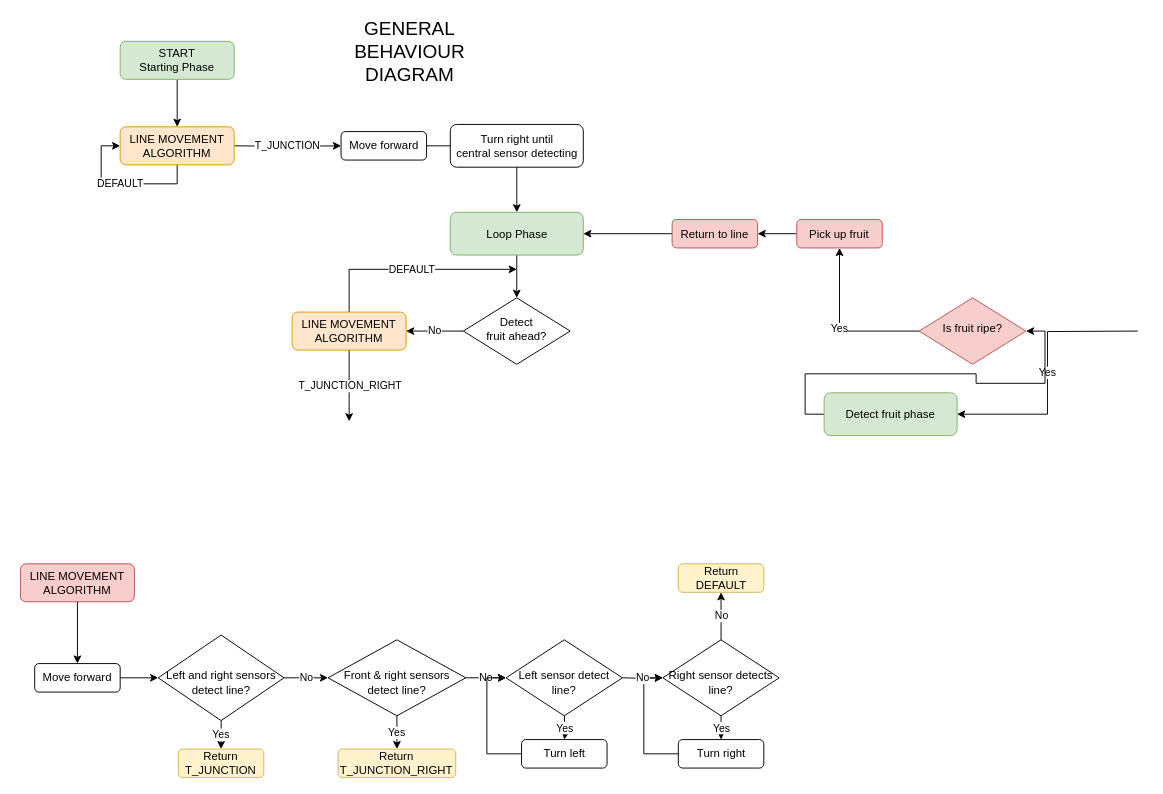
This is Untitled Diagram.drawio from Hamezii/fruit-picking-robot, a draw.io file, before an edit. Source tidied: cells renumbered, new cells numbered last; positions are measured from the earlier drawing's top-left corner, leaving out a move shared by most shapes. Both pictures are drawn from the tidied source at 95%, with x=0, y=0 at pixel (20, 41).
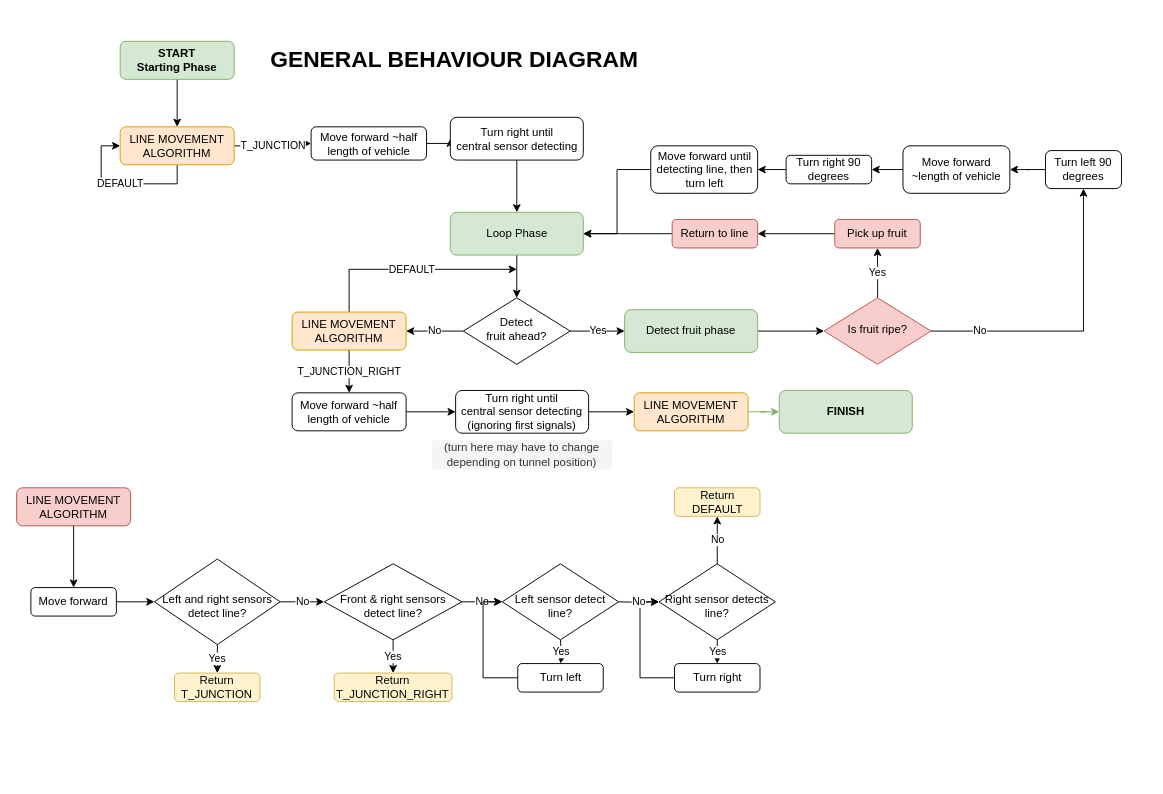
The same page after the edit.

Commit message:
Finish v1.0 of Software Diagram

Unchanged cells that the change refers to:
```xml
<mxCell id="10" value="Loop Phase" style="rounded=1;whiteSpace=wrap;html=1;fillColor=#d5e8d4;strokeColor=#82b366;" parent="1" vertex="1">
  <mxGeometry x="452.5" y="180" width="140" height="45" as="geometry" />
</mxCell>
<mxCell id="13" value="Detect &lt;br&gt;fruit ahead?" style="rhombus;whiteSpace=wrap;html=1;shadow=0;fontFamily=Helvetica;fontSize=12;align=center;strokeWidth=1;spacing=6;spacingTop=-4;" parent="1" vertex="1">
  <mxGeometry x="466.2" y="270" width="112.5" height="70" as="geometry" />
</mxCell>
<mxCell id="44" value="LINE MOVEMENT&lt;br&gt;ALGORITHM" style="rounded=1;whiteSpace=wrap;html=1;fontSize=12;glass=0;strokeWidth=1;shadow=0;fillColor=#ffe6cc;strokeColor=#d79b00;" parent="1" vertex="1">
  <mxGeometry x="286" y="285" width="120" height="40" as="geometry" />
</mxCell>
```

Diff of the diagram source:
```diff
@@
-    <mxCell id="3" value="START&lt;br&gt;Starting Phase" style="rounded=1;whiteSpace=wrap;html=1;fontSize=12;glass=0;strokeWidth=1;shadow=0;fillColor=#d5e8d4;strokeColor=#82b366;" parent="1" vertex="1">
+    <mxCell id="3" value="&lt;b&gt;START&lt;br&gt;Starting Phase&lt;/b&gt;" style="rounded=1;whiteSpace=wrap;html=1;fontSize=12;glass=0;strokeWidth=1;shadow=0;fillColor=#d5e8d4;strokeColor=#82b366;" parent="1" vertex="1">
       <mxGeometry x="105" width="120" height="40" as="geometry" />
     </mxCell>
@@
-    <mxCell id="5" style="edgeStyle=orthogonalEdgeStyle;rounded=0;jettySize=auto;html=1;" parent="1" edge="1" source="6">
-      <mxGeometry relative="1" as="geometry">
-        <mxPoint x="472.5" y="110" as="targetPoint" />
-        <Array as="points">
-          <mxPoint x="472.5" y="110" />
-        </Array>
-      </mxGeometry>
-    </mxCell>
+    <mxCell id="51" style="edgeStyle=orthogonalEdgeStyle;rounded=0;jettySize=auto;html=1;exitX=1;exitY=0.5;exitDx=0;exitDy=0;entryX=0;entryY=0.5;entryDx=0;entryDy=0;" parent="1" edge="1" source="6" target="8">
+      <mxGeometry relative="1" as="geometry" />
+    </mxCell>
-    <mxCell id="6" value="Move forward" style="rounded=1;whiteSpace=wrap;html=1;" parent="1" vertex="1">
-      <mxGeometry x="337.5" y="95" width="90" height="30" as="geometry" />
+    <mxCell id="6" value="Move forward ~half length of vehicle" style="rounded=1;whiteSpace=wrap;html=1;" parent="1" vertex="1">
+      <mxGeometry x="306" y="90" width="121.5" height="35" as="geometry" />
     </mxCell>
@@
     <mxCell id="8" value="Turn right until&lt;br&gt;central sensor detecting" style="rounded=1;whiteSpace=wrap;html=1;" parent="1" vertex="1">
-      <mxGeometry x="452.5" y="87.5" width="140" height="45" as="geometry" />
+      <mxGeometry x="452.5" y="80" width="140" height="45" as="geometry" />
     </mxCell>
@@
+    <mxCell id="12" value="No" style="edgeStyle=orthogonalEdgeStyle;rounded=0;jettySize=auto;html=1;" parent="1" edge="1" source="13" target="44">
+      <mxGeometry relative="1" as="geometry" />
+    </mxCell>
-    <mxCell id="11" value="Yes" style="edgeStyle=orthogonalEdgeStyle;rounded=0;jettySize=auto;html=1;entryX=1;entryY=0.5;entryDx=0;entryDy=0;" parent="1" edge="1" target="15">
-      <mxGeometry relative="1" as="geometry">
-        <mxPoint x="1176.2" y="305" as="sourcePoint" />
-      </mxGeometry>
+    <mxCell id="11" value="Yes" style="edgeStyle=orthogonalEdgeStyle;rounded=0;jettySize=auto;html=1;exitX=1;exitY=0.5;exitDx=0;exitDy=0;entryX=0;entryY=0.5;entryDx=0;entryDy=0;" parent="1" edge="1" source="13" target="15">
+      <mxGeometry relative="1" as="geometry" />
     </mxCell>
-    <mxCell id="12" value="No" style="edgeStyle=orthogonalEdgeStyle;rounded=0;jettySize=auto;html=1;" parent="1" edge="1" source="13" target="44">
-      <mxGeometry relative="1" as="geometry" />
-    </mxCell>
@@
-    <mxCell id="14" style="edgeStyle=orthogonalEdgeStyle;rounded=0;jettySize=auto;html=1;exitX=0;exitY=0.5;exitDx=0;exitDy=0;entryX=1;entryY=0.5;entryDx=0;entryDy=0;" parent="1" edge="1" source="15" target="46">
+    <mxCell id="14" style="edgeStyle=orthogonalEdgeStyle;rounded=0;jettySize=auto;html=1;exitX=1;exitY=0.5;exitDx=0;exitDy=0;entryX=0;entryY=0.5;entryDx=0;entryDy=0;" parent="1" edge="1" source="15" target="46">
       <mxGeometry relative="1" as="geometry" />
     </mxCell>
     <mxCell id="15" value="Detect fruit phase" style="rounded=1;whiteSpace=wrap;html=1;fillColor=#d5e8d4;strokeColor=#82b366;" parent="1" vertex="1">
-      <mxGeometry x="846" y="370" width="140" height="45" as="geometry" />
+      <mxGeometry x="636" y="282.5" width="140" height="45" as="geometry" />
     </mxCell>
-    <mxCell id="16" value="&lt;font style=&quot;font-size: 20px&quot;&gt;GENERAL BEHAVIOUR&lt;br&gt;DIAGRAM&lt;br&gt;&lt;/font&gt;" style="text;html=1;strokeColor=none;fillColor=none;align=center;verticalAlign=middle;whiteSpace=wrap;rounded=0;" parent="1" vertex="1">
-      <mxGeometry x="369.8" width="80" height="20" as="geometry" />
+    <mxCell id="16" value="&lt;font&gt;&lt;b&gt;&lt;font style=&quot;font-size: 24px&quot;&gt;GENERAL BEHAVIOUR DIAGRAM&lt;/font&gt;&lt;/b&gt;&lt;br&gt;&lt;/font&gt;" style="text;html=1;strokeColor=none;fillColor=none;align=center;verticalAlign=middle;whiteSpace=wrap;rounded=0;" parent="1" vertex="1">
+      <mxGeometry x="252.2" y="-5" width="410" height="50" as="geometry" />
     </mxCell>
     <mxCell id="17" value="LINE MOVEMENT&lt;br&gt;ALGORITHM" style="rounded=1;whiteSpace=wrap;html=1;fontSize=12;glass=0;strokeWidth=1;shadow=0;fillColor=#f8cecc;strokeColor=#b85450;" parent="1" vertex="1">
-      <mxGeometry y="550" width="120" height="40" as="geometry" />
+      <mxGeometry x="-4" y="470" width="120" height="40" as="geometry" />
     </mxCell>
@@
     <mxCell id="20" value="Move forward" style="rounded=1;whiteSpace=wrap;html=1;" parent="1" vertex="1">
-      <mxGeometry x="15" y="655" width="90" height="30" as="geometry" />
+      <mxGeometry x="11" y="575" width="90" height="30" as="geometry" />
     </mxCell>
@@
     <mxCell id="23" value="&lt;br&gt;Left and right sensors detect line?" style="rhombus;whiteSpace=wrap;html=1;shadow=0;fontFamily=Helvetica;fontSize=12;align=center;strokeWidth=1;spacing=6;spacingTop=-4;" parent="1" vertex="1">
-      <mxGeometry x="145" y="625" width="132.5" height="90" as="geometry" />
+      <mxGeometry x="141" y="545" width="132.5" height="90" as="geometry" />
     </mxCell>
@@
     <mxCell id="26" value="&lt;br&gt;Front &amp;amp; right sensors&lt;br&gt;detect line?" style="rhombus;whiteSpace=wrap;html=1;shadow=0;fontFamily=Helvetica;fontSize=12;align=center;strokeWidth=1;spacing=6;spacingTop=-4;" parent="1" vertex="1">
-      <mxGeometry x="323.8" y="630" width="145" height="80" as="geometry" />
+      <mxGeometry x="319.8" y="550" width="145" height="80" as="geometry" />
     </mxCell>
     <mxCell id="27" style="edgeStyle=orthogonalEdgeStyle;rounded=0;jettySize=auto;html=1;entryX=0;entryY=0.5;entryDx=0;entryDy=0;" parent="1" edge="1" source="28" target="33">
       <mxGeometry relative="1" as="geometry">
         <Array as="points">
-          <mxPoint x="656.2" y="750" />
-          <mxPoint x="656.2" y="670" />
+          <mxPoint x="652.2" y="670" />
+          <mxPoint x="652.2" y="590" />
         </Array>
       </mxGeometry>
     </mxCell>
     <mxCell id="28" value="Turn right" style="rounded=1;whiteSpace=wrap;html=1;" parent="1" vertex="1">
-      <mxGeometry x="692.5" y="735" width="90" height="30" as="geometry" />
+      <mxGeometry x="688.5" y="655" width="90" height="30" as="geometry" />
     </mxCell>
     <mxCell id="29" value="&lt;br&gt;Left sensor detect&lt;br&gt;line?" style="rhombus;whiteSpace=wrap;html=1;shadow=0;fontFamily=Helvetica;fontSize=12;align=center;strokeWidth=1;spacing=6;spacingTop=-4;" parent="1" vertex="1">
-      <mxGeometry x="511.2" y="630" width="122.5" height="80" as="geometry" />
+      <mxGeometry x="507.2" y="550" width="122.5" height="80" as="geometry" />
     </mxCell>
     <mxCell id="30" value="No" style="edgeStyle=orthogonalEdgeStyle;rounded=0;jettySize=auto;html=1;exitX=1;exitY=0.5;exitDx=0;exitDy=0;entryX=0;entryY=0.5;entryDx=0;entryDy=0;" parent="1" edge="1" target="33">
       <mxGeometry relative="1" as="geometry">
-        <mxPoint x="633.8" y="670" as="sourcePoint" />
+        <mxPoint x="629.8" y="590" as="sourcePoint" />
       </mxGeometry>
     </mxCell>
@@
     <mxCell id="33" value="&lt;br&gt;Right sensor detects line?" style="rhombus;whiteSpace=wrap;html=1;shadow=0;fontFamily=Helvetica;fontSize=12;align=center;strokeWidth=1;spacing=6;spacingTop=-4;" parent="1" vertex="1">
-      <mxGeometry x="676.2" y="630" width="122.5" height="80" as="geometry" />
+      <mxGeometry x="672.2" y="550" width="122.5" height="80" as="geometry" />
     </mxCell>
     <mxCell id="34" style="edgeStyle=orthogonalEdgeStyle;rounded=0;jettySize=auto;html=1;entryX=0;entryY=0.5;entryDx=0;entryDy=0;" parent="1" edge="1" source="35" target="29">
       <mxGeometry relative="1" as="geometry">
         <Array as="points">
-          <mxPoint x="491" y="750" />
-          <mxPoint x="491" y="670" />
+          <mxPoint x="487" y="670" />
+          <mxPoint x="487" y="590" />
         </Array>
       </mxGeometry>
     </mxCell>
     <mxCell id="35" value="Turn left" style="rounded=1;whiteSpace=wrap;html=1;" parent="1" vertex="1">
-      <mxGeometry x="527.5" y="735" width="90" height="30" as="geometry" />
+      <mxGeometry x="523.5" y="655" width="90" height="30" as="geometry" />
     </mxCell>
     <mxCell id="36" value="Yes" style="edgeStyle=orthogonalEdgeStyle;rounded=0;jettySize=auto;html=1;" parent="1" edge="1" target="35">
       <mxGeometry relative="1" as="geometry">
-        <mxPoint x="572.6" y="710" as="sourcePoint" />
+        <mxPoint x="568.6" y="630" as="sourcePoint" />
       </mxGeometry>
     </mxCell>
     <mxCell id="37" value="Return&lt;br&gt;T_JUNCTION" style="rounded=1;whiteSpace=wrap;html=1;fillColor=#fff2cc;strokeColor=#d6b656;" parent="1" vertex="1">
-      <mxGeometry x="166.2" y="745" width="90" height="30" as="geometry" />
+      <mxGeometry x="162.2" y="665" width="90" height="30" as="geometry" />
     </mxCell>
     <mxCell id="38" value="Return&lt;br&gt;DEFAULT" style="rounded=1;whiteSpace=wrap;html=1;fillColor=#fff2cc;strokeColor=#d6b656;" parent="1" vertex="1">
-      <mxGeometry x="692.5" y="550" width="90" height="30" as="geometry" />
+      <mxGeometry x="688.5" y="470" width="90" height="30" as="geometry" />
     </mxCell>
     <mxCell id="39" value="Return&lt;br&gt;T_JUNCTION_RIGHT" style="rounded=1;whiteSpace=wrap;html=1;fillColor=#fff2cc;strokeColor=#d6b656;" parent="1" vertex="1">
-      <mxGeometry x="334.4" y="745" width="123.8" height="30" as="geometry" />
+      <mxGeometry x="330.4" y="665" width="123.8" height="30" as="geometry" />
     </mxCell>
@@
-    <mxCell id="43" value="T_JUNCTION_RIGHT" style="edgeStyle=orthogonalEdgeStyle;rounded=0;jettySize=auto;html=1;exitX=0.5;exitY=1;exitDx=0;exitDy=0;" parent="1" edge="1" source="44">
-      <mxGeometry relative="1" as="geometry">
-        <mxPoint x="346" y="400" as="targetPoint" />
-      </mxGeometry>
+    <mxCell id="43" value="T_JUNCTION_RIGHT" style="edgeStyle=orthogonalEdgeStyle;rounded=0;jettySize=auto;html=1;exitX=0.5;exitY=1;exitDx=0;exitDy=0;entryX=0.5;entryY=0;entryDx=0;entryDy=0;" parent="1" edge="1" source="44" target="62">
+      <mxGeometry relative="1" as="geometry" />
     </mxCell>
@@
+    <mxCell id="52" value="No" style="edgeStyle=orthogonalEdgeStyle;rounded=0;jettySize=auto;html=1;entryX=0.5;entryY=1;entryDx=0;entryDy=0;" parent="1" edge="1" source="46" target="54">
+      <mxGeometry x="-0.67" relative="1" as="geometry" />
+    </mxCell>
     <mxCell id="46" value="Is fruit ripe?" style="rhombus;whiteSpace=wrap;html=1;shadow=0;fontFamily=Helvetica;fontSize=12;align=center;strokeWidth=1;spacing=6;spacingTop=-4;fillColor=#f8cecc;strokeColor=#b85450;" parent="1" vertex="1">
-      <mxGeometry x="946" y="270" width="112.5" height="70" as="geometry" />
+      <mxGeometry x="846" y="270" width="112.5" height="70" as="geometry" />
     </mxCell>
@@
     <mxCell id="48" value="Pick up fruit" style="rounded=1;whiteSpace=wrap;html=1;fillColor=#f8cecc;strokeColor=#b85450;" parent="1" vertex="1">
-      <mxGeometry x="817.2" y="187.5" width="90" height="30" as="geometry" />
+      <mxGeometry x="857.2" y="187.5" width="90" height="30" as="geometry" />
     </mxCell>
@@
+    <mxCell id="53" style="edgeStyle=orthogonalEdgeStyle;rounded=0;jettySize=auto;html=1;" parent="1" edge="1" source="54" target="56">
+      <mxGeometry relative="1" as="geometry" />
+    </mxCell>
+    <mxCell id="54" value="Turn left 90 degrees" style="rounded=1;whiteSpace=wrap;html=1;" parent="1" vertex="1">
+      <mxGeometry x="1079" y="115" width="80" height="40" as="geometry" />
+    </mxCell>
+    <mxCell id="55" style="edgeStyle=orthogonalEdgeStyle;rounded=0;jettySize=auto;html=1;exitX=0;exitY=0.5;exitDx=0;exitDy=0;entryX=1;entryY=0.5;entryDx=0;entryDy=0;" parent="1" edge="1" source="56" target="58">
+      <mxGeometry relative="1" as="geometry" />
+    </mxCell>
+    <mxCell id="56" value="Move forward ~length of vehicle" style="rounded=1;whiteSpace=wrap;html=1;" parent="1" vertex="1">
+      <mxGeometry x="929" y="110" width="112.5" height="50" as="geometry" />
+    </mxCell>
+    <mxCell id="57" style="edgeStyle=orthogonalEdgeStyle;rounded=0;jettySize=auto;html=1;exitX=0;exitY=0.5;exitDx=0;exitDy=0;entryX=1;entryY=0.5;entryDx=0;entryDy=0;" parent="1" edge="1" source="58" target="60">
+      <mxGeometry relative="1" as="geometry" />
+    </mxCell>
+    <mxCell id="58" value="Turn right 90 degrees" style="rounded=1;whiteSpace=wrap;html=1;" parent="1" vertex="1">
+      <mxGeometry x="806" y="120" width="90" height="30" as="geometry" />
+    </mxCell>
+    <mxCell id="59" style="edgeStyle=orthogonalEdgeStyle;rounded=0;jettySize=auto;html=1;exitX=0;exitY=0.5;exitDx=0;exitDy=0;entryX=1;entryY=0.5;entryDx=0;entryDy=0;" parent="1" edge="1" source="60" target="10">
+      <mxGeometry relative="1" as="geometry" />
+    </mxCell>
+    <mxCell id="60" value="Move forward until detecting line, then turn left" style="rounded=1;whiteSpace=wrap;html=1;" parent="1" vertex="1">
+      <mxGeometry x="663.5" y="110" width="112.5" height="50" as="geometry" />
+    </mxCell>
+    <mxCell id="61" style="edgeStyle=orthogonalEdgeStyle;rounded=0;jettySize=auto;html=1;exitX=1;exitY=0.5;exitDx=0;exitDy=0;entryX=0;entryY=0.5;entryDx=0;entryDy=0;" parent="1" edge="1" source="62" target="64">
+      <mxGeometry relative="1" as="geometry" />
+    </mxCell>
+    <mxCell id="62" value="Move forward ~half length of vehicle" style="rounded=1;whiteSpace=wrap;html=1;" parent="1" vertex="1">
+      <mxGeometry x="286" y="370" width="120" height="40" as="geometry" />
+    </mxCell>
+    <mxCell id="63" style="edgeStyle=orthogonalEdgeStyle;rounded=0;jettySize=auto;html=1;entryX=0;entryY=0.5;entryDx=0;entryDy=0;" parent="1" edge="1" source="64" target="66">
+      <mxGeometry relative="1" as="geometry" />
+    </mxCell>
+    <mxCell id="64" value="Turn right until&lt;br&gt;central sensor detecting&lt;br&gt;(ignoring first signals)" style="rounded=1;whiteSpace=wrap;html=1;" parent="1" vertex="1">
+      <mxGeometry x="458.1" y="367.5" width="140" height="45" as="geometry" />
+    </mxCell>
+    <mxCell id="65" style="edgeStyle=orthogonalEdgeStyle;rounded=0;jettySize=auto;html=1;fillColor=#d5e8d4;strokeColor=#82b366;entryX=0;entryY=0.5;entryDx=0;entryDy=0;" parent="1" edge="1" source="66" target="68">
+      <mxGeometry relative="1" as="geometry" />
+    </mxCell>
+    <mxCell id="66" value="LINE MOVEMENT&lt;br&gt;ALGORITHM" style="rounded=1;whiteSpace=wrap;html=1;fontSize=12;glass=0;strokeWidth=1;shadow=0;fillColor=#ffe6cc;strokeColor=#d79b00;" parent="1" vertex="1">
+      <mxGeometry x="646" y="370" width="120" height="40" as="geometry" />
+    </mxCell>
+    <mxCell id="67" value="(turn here may have to change depending on tunnel position)" style="text;html=1;fillColor=#f5f5f5;align=center;verticalAlign=middle;whiteSpace=wrap;rounded=0;fontColor=#333333;" parent="1" vertex="1">
+      <mxGeometry x="433.1" y="420" width="190" height="30" as="geometry" />
+    </mxCell>
+    <mxCell id="68" value="&lt;b&gt;FINISH&lt;/b&gt;" style="rounded=1;whiteSpace=wrap;html=1;fillColor=#d5e8d4;strokeColor=#82b366;" parent="1" vertex="1">
+      <mxGeometry x="798.8" y="367.5" width="140" height="45" as="geometry" />
+    </mxCell>
```
